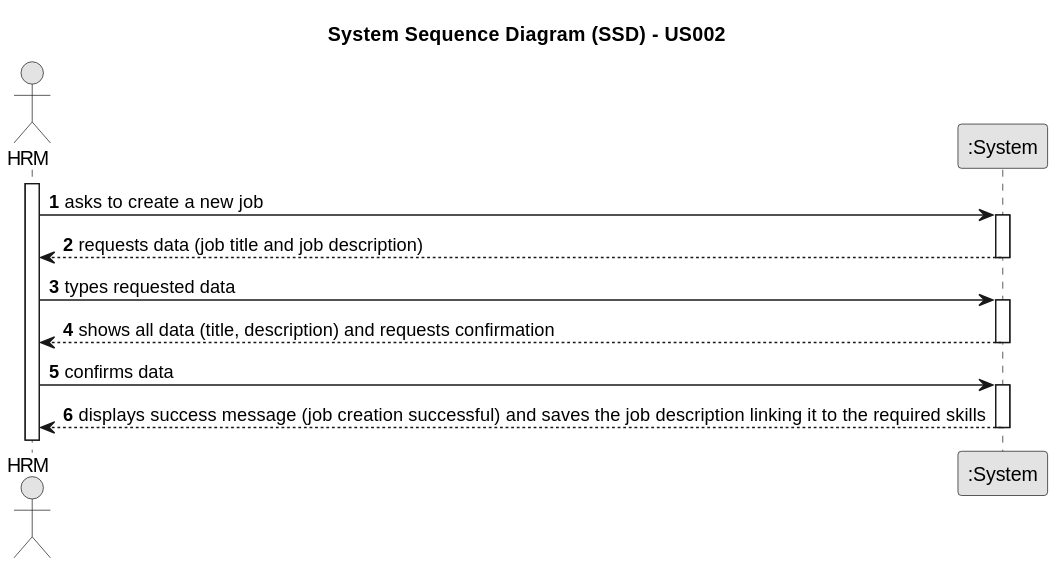
Above: docs/sprintB/us002/01.requirements-engineering/svg/us002-system-sequence-diagram-alternative-one.svg in ricardomm7/leaflink (PlantUML), before the change.
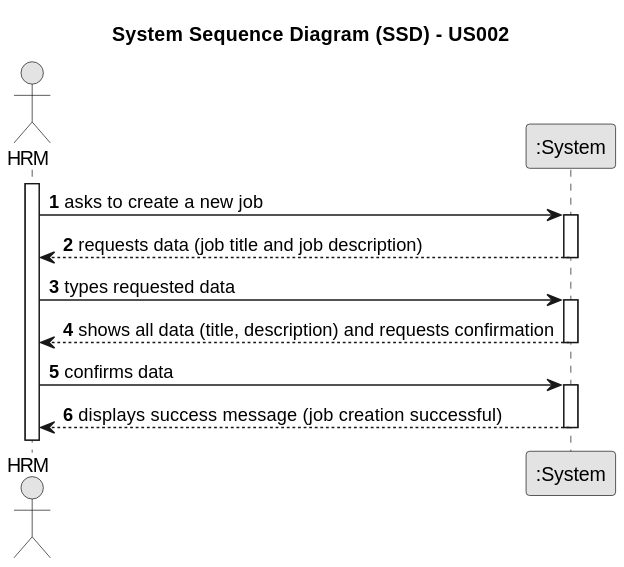
Later version of the same file.

Change to the diagram source:
```diff
@@ -25,6 +25,6 @@
     Employee -> System : confirms data
     activate System
 
-        System --> Employee : displays success message (job creation successful) and saves the job description linking it to the required skills
+        System --> Employee : displays success message (job creation successful)
     deactivate System
 @enduml
```
